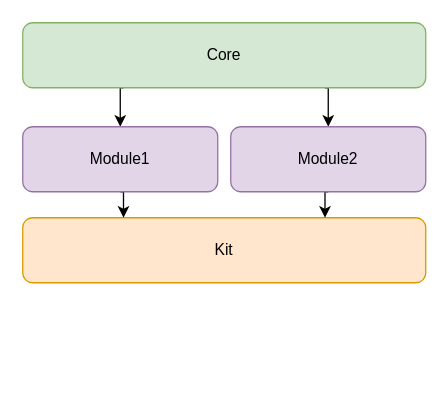
Earlier version of the draw.io diagram Resources/diagram.drawio (alexfilimon/SPMImport). Source tidied: cells renumbered, new cells numbered last; positions are measured from the earlier drawing's top-left corner, leaving out a move shared by most shapes. Both pictures are drawn from the tidied source at 130%, with x=0, y=0 at pixel (22, 22).
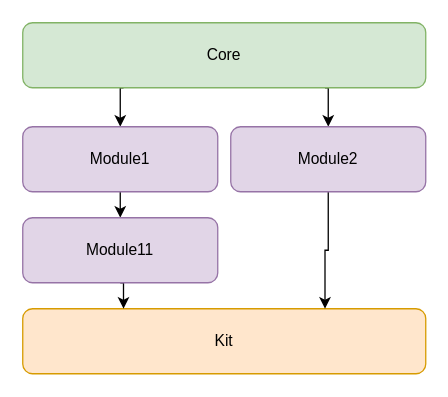
Above is the later version.

Change to the diagram source:
```diff
@@
 <mxGraphModel>
   <root>
     <mxCell id="0" />
     <mxCell id="1" parent="0" />
     <mxCell id="2" style="edgeStyle=orthogonalEdgeStyle;rounded=0;jettySize=auto;html=1;exitX=0.75;exitY=1;exitDx=0;exitDy=0;entryX=0.5;entryY=0;entryDx=0;entryDy=0;" parent="1" edge="1" source="4" target="9">
       <mxGeometry relative="1" as="geometry" />
     </mxCell>
     <mxCell id="3" style="edgeStyle=orthogonalEdgeStyle;rounded=0;jettySize=auto;html=1;exitX=0.25;exitY=1;exitDx=0;exitDy=0;entryX=0.5;entryY=0;entryDx=0;entryDy=0;" parent="1" edge="1" source="4" target="7">
       <mxGeometry relative="1" as="geometry" />
     </mxCell>
     <mxCell id="4" value="Core" style="rounded=1;whiteSpace=wrap;html=1;fillColor=#d5e8d4;strokeColor=#82b366;" parent="1" vertex="1">
       <mxGeometry width="310" height="50" as="geometry" />
     </mxCell>
     <mxCell id="5" value="Kit" style="rounded=1;whiteSpace=wrap;html=1;fillColor=#ffe6cc;strokeColor=#d79b00;" parent="1" vertex="1">
-      <mxGeometry y="150" width="310" height="50" as="geometry" />
+      <mxGeometry y="220" width="310" height="50" as="geometry" />
     </mxCell>
-    <mxCell id="6" style="edgeStyle=orthogonalEdgeStyle;rounded=0;jettySize=auto;html=1;exitX=0.5;exitY=1;exitDx=0;exitDy=0;entryX=0.25;entryY=0;entryDx=0;entryDy=0;" parent="1" edge="1" source="7" target="5">
-      <mxGeometry relative="1" as="geometry" />
-    </mxCell>
+    <mxCell id="10" style="edgeStyle=orthogonalEdgeStyle;rounded=0;jettySize=auto;html=1;exitX=0.5;exitY=1;exitDx=0;exitDy=0;entryX=0.5;entryY=0;entryDx=0;entryDy=0;" parent="1" edge="1" source="7" target="12">
+      <mxGeometry relative="1" as="geometry" />
+    </mxCell>
     <mxCell id="7" value="Module1" style="rounded=1;whiteSpace=wrap;html=1;fillColor=#e1d5e7;strokeColor=#9673a6;" parent="1" vertex="1">
       <mxGeometry y="80" width="150" height="50" as="geometry" />
     </mxCell>
     <mxCell id="8" style="edgeStyle=orthogonalEdgeStyle;rounded=0;jettySize=auto;html=1;exitX=0.5;exitY=1;exitDx=0;exitDy=0;entryX=0.75;entryY=0;entryDx=0;entryDy=0;" parent="1" edge="1" source="9" target="5">
       <mxGeometry relative="1" as="geometry" />
     </mxCell>
     <mxCell id="9" value="Module2" style="rounded=1;whiteSpace=wrap;html=1;fillColor=#e1d5e7;strokeColor=#9673a6;" parent="1" vertex="1">
       <mxGeometry x="160" y="80" width="150" height="50" as="geometry" />
     </mxCell>
+    <mxCell id="11" style="edgeStyle=orthogonalEdgeStyle;rounded=0;jettySize=auto;html=1;exitX=0.5;exitY=1;exitDx=0;exitDy=0;entryX=0.25;entryY=0;entryDx=0;entryDy=0;" parent="1" edge="1" source="12" target="5">
+      <mxGeometry relative="1" as="geometry" />
+    </mxCell>
+    <mxCell id="12" value="Module11" style="rounded=1;whiteSpace=wrap;html=1;fillColor=#e1d5e7;strokeColor=#9673a6;" parent="1" vertex="1">
+      <mxGeometry y="150" width="150" height="50" as="geometry" />
+    </mxCell>
   </root>
 </mxGraphModel>
```
